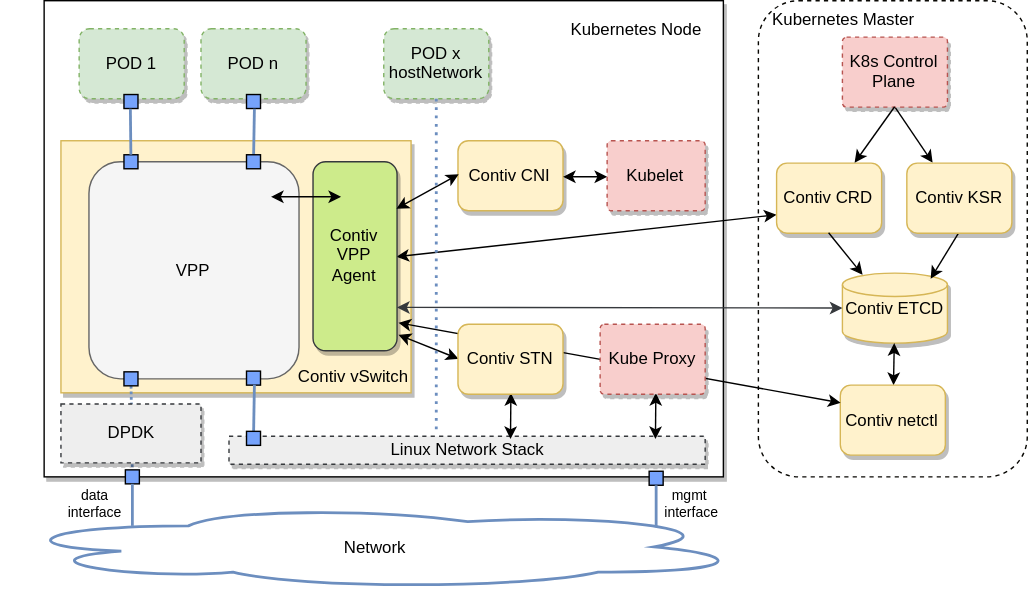
contiv/vpp keeps this draw.io diagram as docs/img/contiv-arch.svg. Above is the earlier version. Source tidied: cells renumbered, new cells last; positions are measured from the earlier drawing's top-left corner, leaving out a move shared by most shapes.
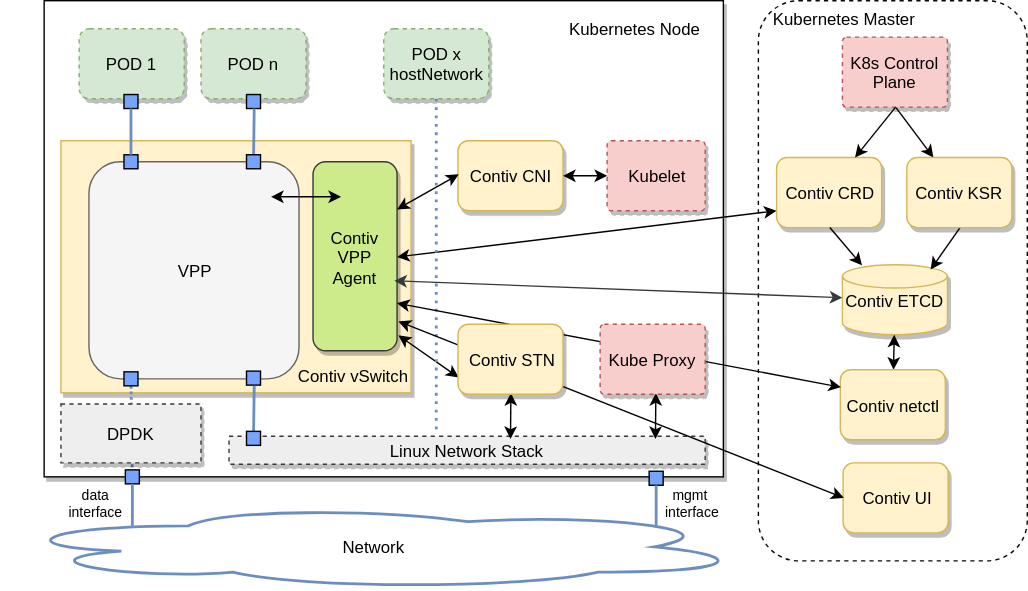
The same diagram one commit later.

Diff of the diagram source:
```diff
@@ -2,15 +2,15 @@
   <root>
     <mxCell id="0" />
     <mxCell id="1" parent="0" />
-    <mxCell id="2" style="rounded=1;whiteSpace=wrap;html=1;shadow=0;glass=0;dashed=1;comic=0;strokeColor=#080703;strokeWidth=1;fillColor=#ffffff;gradientColor=none;align=center;" parent="1" vertex="1">
-      <mxGeometry x="540" width="192" height="340" as="geometry" />
-    </mxCell>
-    <mxCell id="3" style="whiteSpace=wrap;html=1;fillColor=#ffffff;strokeColor=#000000;rounded=0;glass=0;comic=0;shadow=1;" parent="1" vertex="1">
-      <mxGeometry x="30" width="485" height="340" as="geometry" />
-    </mxCell>
-    <mxCell id="4" style="rounded=0;whiteSpace=wrap;html=1;shadow=1;glass=0;comic=0;strokeWidth=1;fillColor=#fff2cc;strokeColor=#d6b656;labelPosition=center;verticalLabelPosition=middle;align=center;verticalAlign=middle;labelBorderColor=#000000;" parent="1" vertex="1">
-      <mxGeometry x="42" y="100" width="250" height="180" as="geometry" />
-    </mxCell>
+    <mxCell id="58" style="rounded=1;whiteSpace=wrap;html=1;shadow=0;glass=0;dashed=1;comic=0;strokeColor=#080703;strokeWidth=1;fillColor=#ffffff;gradientColor=none;align=center;" parent="1" vertex="1">
+      <mxGeometry x="540" width="192" height="400" as="geometry" />
+    </mxCell>
+    <mxCell id="59" style="whiteSpace=wrap;html=1;fillColor=#ffffff;strokeColor=#000000;rounded=0;glass=0;comic=0;shadow=1;" parent="1" vertex="1">
+      <mxGeometry x="30" width="485" height="340" as="geometry" />
+    </mxCell>
+    <mxCell id="60" style="rounded=0;whiteSpace=wrap;html=1;shadow=1;glass=0;comic=0;strokeWidth=1;fillColor=#fff2cc;strokeColor=#d6b656;labelPosition=center;verticalLabelPosition=middle;align=center;verticalAlign=middle;labelBorderColor=#000000;" parent="1" vertex="1">
+      <mxGeometry x="42" y="100" width="250" height="180" as="geometry" />
+    </mxCell>
     <mxCell id="5" value="Contiv CNI" style="rounded=1;whiteSpace=wrap;html=1;shadow=1;glass=0;comic=0;strokeWidth=1;fillColor=#fff2cc;align=center;strokeColor=#d6b656;" parent="1" vertex="1">
       <mxGeometry x="325.5" y="100" width="75" height="50" as="geometry" />
     </mxCell>
@@ -21,10 +21,10 @@
       <mxGeometry relative="1" as="geometry" />
     </mxCell>
     <mxCell id="8" value="Contiv CRD" style="rounded=1;whiteSpace=wrap;html=1;shadow=1;glass=0;comic=0;strokeWidth=1;fillColor=#fff2cc;align=center;strokeColor=#d6b656;" parent="1" vertex="1">
-      <mxGeometry x="553" y="116" width="75" height="50" as="geometry" />
+      <mxGeometry x="553" y="112" width="75" height="50" as="geometry" />
     </mxCell>
     <mxCell id="9" value="Contiv ETCD" style="strokeWidth=1;html=1;shape=mxgraph.flowchart.database;whiteSpace=wrap;rounded=1;shadow=1;glass=0;comic=0;fillColor=#fff2cc;align=center;strokeColor=#d6b656;" parent="1" vertex="1">
-      <mxGeometry x="600" y="194.5" width="75" height="50" as="geometry" />
+      <mxGeometry x="600" y="188.5" width="75" height="50" as="geometry" />
     </mxCell>
     <mxCell id="10" value="Kubelet" style="strokeWidth=1;html=1;shape=mxgraph.flowchart.process;whiteSpace=wrap;rounded=1;shadow=1;glass=0;comic=0;fillColor=#f8cecc;align=center;strokeColor=#b85450;gradientColor=none;dashed=1;" parent="1" vertex="1">
       <mxGeometry x="432" y="100" width="70" height="50" as="geometry" />
@@ -50,40 +50,38 @@
     <mxCell id="17" value="K8s Control Plane" style="strokeWidth=1;html=1;shape=mxgraph.flowchart.process;whiteSpace=wrap;rounded=1;shadow=1;glass=0;comic=0;fillColor=#f8cecc;align=center;strokeColor=#b85450;gradientColor=none;dashed=1;" parent="1" vertex="1">
       <mxGeometry x="600" y="26" width="75" height="50" as="geometry" />
     </mxCell>
-    <mxCell id="18" style="rounded=0;html=1;jettySize=auto;startArrow=classic;startFill=1;fillColor=#cdeb8b;strokeColor=#36393d;" parent="1" edge="1" source="9">
-      <mxGeometry relative="1" as="geometry">
-        <mxPoint x="282" y="219" as="targetPoint" />
-      </mxGeometry>
-    </mxCell>
+    <mxCell id="61" style="rounded=0;html=1;jettySize=auto;startArrow=classic;startFill=1;fillColor=#cdeb8b;strokeColor=#36393d;entryX=0.967;entryY=0.63;entryDx=0;entryDy=0;entryPerimeter=0;" parent="1" edge="1" source="9" target="14">
+      <mxGeometry relative="1" as="geometry" />
+    </mxCell>
     <mxCell id="19" value="Contiv vSwitch" style="text;html=1;strokeColor=none;fillColor=none;align=center;verticalAlign=middle;whiteSpace=wrap;rounded=0;shadow=0;glass=0;comic=0;" parent="1" vertex="1">
       <mxGeometry x="200" y="258" width="100" height="20" as="geometry" />
     </mxCell>
     <mxCell id="20" value="Network" style="ellipse;shape=cloud;whiteSpace=wrap;html=1;rounded=1;shadow=0;glass=0;comic=0;strokeWidth=2;fillColor=none;align=center;strokeColor=#6c8ebf;" parent="1" vertex="1">
       <mxGeometry y="360" width="532" height="60" as="geometry" />
     </mxCell>
-    <mxCell id="21" style="rounded=0;html=1;exitX=0;exitY=0.5;entryX=1;entryY=0.25;startArrow=classic;startFill=1;jettySize=auto;" parent="1" edge="1" target="14">
-      <mxGeometry relative="1" as="geometry">
-        <mxPoint x="326" y="124" as="sourcePoint" />
-      </mxGeometry>
-    </mxCell>
-    <mxCell id="22" style="rounded=0;whiteSpace=wrap;html=1;shadow=0;glass=0;comic=0;strokeWidth=1;fillColor=#76A3FC;align=center;strokeColor=#000000;gradientColor=none;" parent="1" vertex="1">
-      <mxGeometry x="87" y="67" width="10" height="10" as="geometry" />
-    </mxCell>
+    <mxCell id="62" style="rounded=0;html=1;exitX=0;exitY=0.5;entryX=1;entryY=0.25;startArrow=classic;startFill=1;jettySize=auto;" parent="1" edge="1" target="14">
+      <mxGeometry relative="1" as="geometry">
+        <mxPoint x="326" y="124" as="sourcePoint" />
+      </mxGeometry>
+    </mxCell>
+    <mxCell id="63" style="rounded=0;whiteSpace=wrap;html=1;shadow=0;glass=0;comic=0;strokeWidth=1;fillColor=#76A3FC;align=center;strokeColor=#000000;gradientColor=none;" parent="1" vertex="1">
+      <mxGeometry x="87" y="67" width="10" height="10" as="geometry" />
+    </mxCell>
-    <mxCell id="23" style="edgeStyle=none;rounded=0;html=1;entryX=1.013;entryY=0.92;entryPerimeter=0;startArrow=classic;startFill=1;jettySize=auto;exitX=0;exitY=0.5;" parent="1" edge="1" source="57" target="14">
+    <mxCell id="23" style="edgeStyle=none;rounded=0;html=1;entryX=1.013;entryY=0.92;entryPerimeter=0;startArrow=classic;startFill=1;jettySize=auto;exitX=0;exitY=0.75;exitDx=0;exitDy=0;" parent="1" edge="1" source="57" target="14">
       <mxGeometry relative="1" as="geometry" />
     </mxCell>
-    <mxCell id="24" style="endArrow=classic;startArrow=classic;html=1;entryX=0.5;entryY=1;" parent="1" edge="1">
-      <mxGeometry relative="1" as="geometry">
-        <mxPoint x="363" y="313" as="sourcePoint" />
-        <mxPoint x="363.3" y="280.1" as="targetPoint" />
-      </mxGeometry>
-    </mxCell>
-    <mxCell id="25" style="endArrow=classic;startArrow=classic;html=1;entryX=0.5;entryY=1;" parent="1" edge="1">
-      <mxGeometry relative="1" as="geometry">
-        <mxPoint x="466.5" y="313" as="sourcePoint" />
-        <mxPoint x="466.8" y="280.1" as="targetPoint" />
-      </mxGeometry>
-    </mxCell>
+    <mxCell id="64" style="endArrow=classic;startArrow=classic;html=1;entryX=0.5;entryY=1;" parent="1" edge="1">
+      <mxGeometry relative="1" as="geometry">
+        <mxPoint x="363" y="313" as="sourcePoint" />
+        <mxPoint x="363.3" y="280.1" as="targetPoint" />
+      </mxGeometry>
+    </mxCell>
+    <mxCell id="65" style="endArrow=classic;startArrow=classic;html=1;entryX=0.5;entryY=1;" parent="1" edge="1">
+      <mxGeometry relative="1" as="geometry">
+        <mxPoint x="466.5" y="313" as="sourcePoint" />
+        <mxPoint x="466.8" y="280.1" as="targetPoint" />
+      </mxGeometry>
+    </mxCell>
     <mxCell id="26" value="Kubernetes Node" style="text;html=1;strokeColor=none;fillColor=none;align=center;verticalAlign=middle;whiteSpace=wrap;rounded=0;shadow=0;glass=0;comic=0;" parent="1" vertex="1">
       <mxGeometry x="402" y="10" width="100" height="20" as="geometry" />
     </mxCell>
@@ -96,75 +94,75 @@
     <mxCell id="29" style="edgeStyle=none;rounded=0;html=1;startArrow=classic;startFill=1;jettySize=auto;endArrow=none;endFill=0;entryX=0.5;entryY=1;entryPerimeter=0;exitX=0.75;exitY=0;" parent="1" edge="1" source="8" target="17">
       <mxGeometry relative="1" as="geometry" />
     </mxCell>
-    <mxCell id="30" style="rounded=0;whiteSpace=wrap;html=1;shadow=0;glass=0;comic=0;strokeWidth=1;fillColor=#76A3FC;align=center;strokeColor=#000000;gradientColor=none;" parent="1" vertex="1">
-      <mxGeometry x="87" y="110" width="10" height="10" as="geometry" />
-    </mxCell>
-    <mxCell id="31" style="edgeStyle=none;rounded=0;html=1;entryX=0.5;entryY=1;startArrow=none;startFill=0;endArrow=none;endFill=0;jettySize=auto;strokeWidth=2;fillColor=#dae8fc;strokeColor=#6c8ebf;" parent="1" edge="1" source="30" target="22">
-      <mxGeometry relative="1" as="geometry" />
-    </mxCell>
-    <mxCell id="32" style="rounded=0;whiteSpace=wrap;html=1;shadow=0;glass=0;comic=0;strokeWidth=1;fillColor=#76A3FC;align=center;strokeColor=#000000;gradientColor=none;" parent="1" vertex="1">
-      <mxGeometry x="174.5" y="67" width="10" height="10" as="geometry" />
-    </mxCell>
-    <mxCell id="33" style="edgeStyle=none;rounded=0;html=1;entryX=0.5;entryY=1;startArrow=none;startFill=0;endArrow=none;endFill=0;jettySize=auto;strokeWidth=2;fillColor=#dae8fc;strokeColor=#6c8ebf;" parent="1" edge="1" source="34" target="32">
-      <mxGeometry relative="1" as="geometry" />
-    </mxCell>
-    <mxCell id="34" style="rounded=0;whiteSpace=wrap;html=1;shadow=0;glass=0;comic=0;strokeWidth=1;fillColor=#76A3FC;align=center;strokeColor=#000000;gradientColor=none;" parent="1" vertex="1">
-      <mxGeometry x="174.5" y="110" width="10" height="10" as="geometry" />
-    </mxCell>
-    <mxCell id="35" style="rounded=0;whiteSpace=wrap;html=1;shadow=0;glass=0;comic=0;strokeWidth=1;fillColor=#76A3FC;align=center;strokeColor=#000000;gradientColor=none;" parent="1" vertex="1">
-      <mxGeometry x="174.5" y="264.5" width="10" height="10" as="geometry" />
-    </mxCell>
-    <mxCell id="36" style="edgeStyle=none;rounded=0;html=1;entryX=0.5;entryY=1;startArrow=none;startFill=0;endArrow=none;endFill=0;jettySize=auto;strokeWidth=2;fillColor=#dae8fc;strokeColor=#6c8ebf;" parent="1" edge="1" source="37" target="35">
-      <mxGeometry relative="1" as="geometry" />
-    </mxCell>
-    <mxCell id="37" style="rounded=0;whiteSpace=wrap;html=1;shadow=0;glass=0;comic=0;strokeWidth=1;fillColor=#76A3FC;align=center;strokeColor=#000000;gradientColor=none;" parent="1" vertex="1">
-      <mxGeometry x="174.5" y="307.5" width="10" height="10" as="geometry" />
-    </mxCell>
-    <mxCell id="38" style="rounded=0;whiteSpace=wrap;html=1;shadow=0;glass=0;comic=0;strokeWidth=1;fillColor=#76A3FC;align=center;strokeColor=#000000;gradientColor=none;" parent="1" vertex="1">
-      <mxGeometry x="462" y="336" width="10" height="10" as="geometry" />
-    </mxCell>
-    <mxCell id="39" style="edgeStyle=none;rounded=0;html=1;startArrow=none;startFill=0;endArrow=none;endFill=0;jettySize=auto;strokeWidth=2;dashed=1;dashPattern=1 1;fillColor=#dae8fc;strokeColor=#6c8ebf;" parent="1" edge="1" source="40" target="41">
-      <mxGeometry relative="1" as="geometry" />
-    </mxCell>
-    <mxCell id="40" style="rounded=0;whiteSpace=wrap;html=1;shadow=0;glass=0;comic=0;strokeWidth=1;fillColor=#76A3FC;align=center;strokeColor=#000000;gradientColor=none;" parent="1" vertex="1">
-      <mxGeometry x="87" y="265" width="10" height="10" as="geometry" />
-    </mxCell>
-    <mxCell id="41" style="rounded=0;whiteSpace=wrap;html=1;shadow=0;glass=0;comic=0;strokeWidth=1;fillColor=#76A3FC;align=center;strokeColor=#000000;gradientColor=none;" parent="1" vertex="1">
-      <mxGeometry x="88" y="335" width="10" height="10" as="geometry" />
-    </mxCell>
+    <mxCell id="66" style="rounded=0;whiteSpace=wrap;html=1;shadow=0;glass=0;comic=0;strokeWidth=1;fillColor=#76A3FC;align=center;strokeColor=#000000;gradientColor=none;" parent="1" vertex="1">
+      <mxGeometry x="87" y="110" width="10" height="10" as="geometry" />
+    </mxCell>
+    <mxCell id="67" style="edgeStyle=none;rounded=0;html=1;entryX=0.5;entryY=1;startArrow=none;startFill=0;endArrow=none;endFill=0;jettySize=auto;strokeWidth=2;fillColor=#dae8fc;strokeColor=#6c8ebf;" parent="1" edge="1" source="66" target="63">
+      <mxGeometry relative="1" as="geometry" />
+    </mxCell>
+    <mxCell id="68" style="rounded=0;whiteSpace=wrap;html=1;shadow=0;glass=0;comic=0;strokeWidth=1;fillColor=#76A3FC;align=center;strokeColor=#000000;gradientColor=none;" parent="1" vertex="1">
+      <mxGeometry x="174.5" y="67" width="10" height="10" as="geometry" />
+    </mxCell>
+    <mxCell id="69" style="edgeStyle=none;rounded=0;html=1;entryX=0.5;entryY=1;startArrow=none;startFill=0;endArrow=none;endFill=0;jettySize=auto;strokeWidth=2;fillColor=#dae8fc;strokeColor=#6c8ebf;" parent="1" edge="1" source="70" target="68">
+      <mxGeometry relative="1" as="geometry" />
+    </mxCell>
+    <mxCell id="70" style="rounded=0;whiteSpace=wrap;html=1;shadow=0;glass=0;comic=0;strokeWidth=1;fillColor=#76A3FC;align=center;strokeColor=#000000;gradientColor=none;" parent="1" vertex="1">
+      <mxGeometry x="174.5" y="110" width="10" height="10" as="geometry" />
+    </mxCell>
+    <mxCell id="71" style="rounded=0;whiteSpace=wrap;html=1;shadow=0;glass=0;comic=0;strokeWidth=1;fillColor=#76A3FC;align=center;strokeColor=#000000;gradientColor=none;" parent="1" vertex="1">
+      <mxGeometry x="174.5" y="264.5" width="10" height="10" as="geometry" />
+    </mxCell>
+    <mxCell id="72" style="edgeStyle=none;rounded=0;html=1;entryX=0.5;entryY=1;startArrow=none;startFill=0;endArrow=none;endFill=0;jettySize=auto;strokeWidth=2;fillColor=#dae8fc;strokeColor=#6c8ebf;" parent="1" edge="1" source="73" target="71">
+      <mxGeometry relative="1" as="geometry" />
+    </mxCell>
+    <mxCell id="73" style="rounded=0;whiteSpace=wrap;html=1;shadow=0;glass=0;comic=0;strokeWidth=1;fillColor=#76A3FC;align=center;strokeColor=#000000;gradientColor=none;" parent="1" vertex="1">
+      <mxGeometry x="174.5" y="307.5" width="10" height="10" as="geometry" />
+    </mxCell>
+    <mxCell id="74" style="rounded=0;whiteSpace=wrap;html=1;shadow=0;glass=0;comic=0;strokeWidth=1;fillColor=#76A3FC;align=center;strokeColor=#000000;gradientColor=none;" parent="1" vertex="1">
+      <mxGeometry x="462" y="336" width="10" height="10" as="geometry" />
+    </mxCell>
+    <mxCell id="75" style="edgeStyle=none;rounded=0;html=1;startArrow=none;startFill=0;endArrow=none;endFill=0;jettySize=auto;strokeWidth=2;dashed=1;dashPattern=1 1;fillColor=#dae8fc;strokeColor=#6c8ebf;" parent="1" edge="1" source="76" target="77">
+      <mxGeometry relative="1" as="geometry" />
+    </mxCell>
+    <mxCell id="76" style="rounded=0;whiteSpace=wrap;html=1;shadow=0;glass=0;comic=0;strokeWidth=1;fillColor=#76A3FC;align=center;strokeColor=#000000;gradientColor=none;" parent="1" vertex="1">
+      <mxGeometry x="87" y="265" width="10" height="10" as="geometry" />
+    </mxCell>
+    <mxCell id="77" style="rounded=0;whiteSpace=wrap;html=1;shadow=0;glass=0;comic=0;strokeWidth=1;fillColor=#76A3FC;align=center;strokeColor=#000000;gradientColor=none;" parent="1" vertex="1">
+      <mxGeometry x="88" y="335" width="10" height="10" as="geometry" />
+    </mxCell>
     <mxCell id="42" value="DPDK" style="rounded=0;whiteSpace=wrap;html=1;shadow=1;glass=0;comic=0;strokeWidth=1;fillColor=#eeeeee;align=center;strokeColor=#36393d;dashed=1;" parent="1" vertex="1">
       <mxGeometry x="42" y="288" width="100" height="42" as="geometry" />
     </mxCell>
-    <mxCell id="43" style="edgeStyle=none;rounded=0;html=1;startArrow=none;startFill=0;endArrow=none;endFill=0;jettySize=auto;strokeWidth=2;fillColor=#dae8fc;strokeColor=#6c8ebf;" parent="1" edge="1" source="41">
-      <mxGeometry relative="1" as="geometry">
-        <mxPoint x="93" y="375" as="targetPoint" />
-      </mxGeometry>
-    </mxCell>
-    <mxCell id="44" style="edgeStyle=none;rounded=0;html=1;startArrow=none;startFill=0;endArrow=none;endFill=0;jettySize=auto;strokeWidth=2;fillColor=#dae8fc;strokeColor=#6c8ebf;" parent="1" edge="1" source="38">
-      <mxGeometry relative="1" as="geometry">
-        <mxPoint x="467" y="376" as="targetPoint" />
-      </mxGeometry>
-    </mxCell>
+    <mxCell id="78" style="edgeStyle=none;rounded=0;html=1;startArrow=none;startFill=0;endArrow=none;endFill=0;jettySize=auto;strokeWidth=2;fillColor=#dae8fc;strokeColor=#6c8ebf;" parent="1" edge="1" source="77">
+      <mxGeometry relative="1" as="geometry">
+        <mxPoint x="93" y="375" as="targetPoint" />
+      </mxGeometry>
+    </mxCell>
+    <mxCell id="79" style="edgeStyle=none;rounded=0;html=1;startArrow=none;startFill=0;endArrow=none;endFill=0;jettySize=auto;strokeWidth=2;fillColor=#dae8fc;strokeColor=#6c8ebf;" parent="1" edge="1" source="74">
+      <mxGeometry relative="1" as="geometry">
+        <mxPoint x="467" y="376" as="targetPoint" />
+      </mxGeometry>
+    </mxCell>
     <mxCell id="45" value="&lt;div style=&quot;text-align: center&quot;&gt;&lt;span style=&quot;font-size: 10px&quot;&gt;mgmt&amp;nbsp;&lt;/span&gt;&lt;/div&gt;&lt;font style=&quot;font-size: 10px&quot;&gt;&lt;div style=&quot;text-align: center&quot;&gt;&lt;span&gt;interface&lt;/span&gt;&lt;/div&gt;&lt;/font&gt;" style="text;html=1;strokeColor=none;fillColor=none;align=center;verticalAlign=middle;whiteSpace=wrap;rounded=0;shadow=0;glass=0;dashed=1;comic=0;" parent="1" vertex="1">
       <mxGeometry x="462" y="348" width="60" height="20" as="geometry" />
     </mxCell>
     <mxCell id="46" value="&lt;div style=&quot;text-align: center&quot;&gt;&lt;span style=&quot;font-size: 10px&quot;&gt;data&lt;/span&gt;&lt;/div&gt;&lt;font style=&quot;font-size: 10px&quot;&gt;&lt;div style=&quot;text-align: center&quot;&gt;&lt;span&gt;interface&lt;/span&gt;&lt;/div&gt;&lt;/font&gt;" style="text;html=1;strokeColor=none;fillColor=none;align=center;verticalAlign=middle;whiteSpace=wrap;rounded=0;shadow=0;glass=0;dashed=1;comic=0;" parent="1" vertex="1">
       <mxGeometry x="42" y="348" width="48" height="20" as="geometry" />
     </mxCell>
-    <mxCell id="47" style="endArrow=classic;startArrow=classic;html=1;strokeWidth=1;" parent="1" edge="1">
-      <mxGeometry relative="1" as="geometry">
-        <mxPoint x="192" y="140" as="sourcePoint" />
-        <mxPoint x="242" y="140" as="targetPoint" />
-      </mxGeometry>
-    </mxCell>
+    <mxCell id="80" style="endArrow=classic;startArrow=classic;html=1;strokeWidth=1;" parent="1" edge="1">
+      <mxGeometry relative="1" as="geometry">
+        <mxPoint x="192" y="140" as="sourcePoint" />
+        <mxPoint x="242" y="140" as="targetPoint" />
+      </mxGeometry>
+    </mxCell>
     <mxCell id="48" value="POD x&lt;br&gt;hostNetwork&lt;br&gt;" style="rounded=1;whiteSpace=wrap;html=1;shadow=1;glass=0;comic=0;strokeWidth=1;fillColor=#d5e8d4;align=center;strokeColor=#82b366;dashed=1;" parent="1" vertex="1">
       <mxGeometry x="272.5" y="20" width="75" height="50" as="geometry" />
     </mxCell>
-    <mxCell id="49" style="edgeStyle=none;rounded=1;html=1;startArrow=none;startFill=0;endArrow=none;endFill=0;jettySize=auto;strokeWidth=2;fontSize=9;fontColor=#000000;fillColor=#dae8fc;strokeColor=#6c8ebf;dashed=1;dashPattern=1 2;" parent="1" edge="1" source="48">
-      <mxGeometry relative="1" as="geometry">
-        <mxPoint x="310" y="310" as="targetPoint" />
-      </mxGeometry>
-    </mxCell>
+    <mxCell id="81" style="edgeStyle=none;rounded=1;html=1;startArrow=none;startFill=0;endArrow=none;endFill=0;jettySize=auto;strokeWidth=2;fontSize=9;fontColor=#000000;fillColor=#dae8fc;strokeColor=#6c8ebf;dashed=1;dashPattern=1 2;" parent="1" edge="1" source="48">
+      <mxGeometry relative="1" as="geometry">
+        <mxPoint x="310" y="310" as="targetPoint" />
+      </mxGeometry>
+    </mxCell>
     <mxCell id="50" style="edgeStyle=none;rounded=1;html=1;exitX=0.5;exitY=1;dashed=1;dashPattern=1 1;startArrow=none;startFill=0;endArrow=none;endFill=0;jettySize=auto;orthogonalLoop=1;strokeWidth=2;fontSize=9;fontColor=#000000;strokeColor=none;" parent="1" edge="1" source="45" target="45">
       <mxGeometry relative="1" as="geometry" />
     </mxCell>
@@ -172,20 +170,26 @@
       <mxGeometry relative="1" as="geometry" />
     </mxCell>
     <mxCell id="52" value="Contiv KSR" style="rounded=1;whiteSpace=wrap;html=1;shadow=1;glass=0;comic=0;strokeWidth=1;fillColor=#fff2cc;align=center;strokeColor=#d6b656;" parent="1" vertex="1">
-      <mxGeometry x="646" y="116" width="75" height="50" as="geometry" />
+      <mxGeometry x="646" y="112" width="75" height="50" as="geometry" />
     </mxCell>
     <mxCell id="53" style="edgeStyle=none;rounded=0;html=1;startArrow=classic;startFill=1;jettySize=auto;strokeColor=#000000;" parent="1" edge="1" source="54" target="9">
       <mxGeometry relative="1" as="geometry" />
     </mxCell>
     <mxCell id="54" value="Contiv netctl" style="rounded=1;whiteSpace=wrap;html=1;shadow=1;glass=0;comic=0;strokeWidth=1;fillColor=#fff2cc;align=center;strokeColor=#d6b656;" parent="1" vertex="1">
-      <mxGeometry x="598.5" y="274.5" width="75" height="50" as="geometry" />
+      <mxGeometry x="598.5" y="263.5" width="75" height="50" as="geometry" />
     </mxCell>
-    <mxCell id="55" style="endArrow=classic;startArrow=classic;html=1;strokeColor=#000000;entryX=0;entryY=0.25;exitX=1.006;exitY=0.851;exitPerimeter=0;" parent="1" edge="1" source="14" target="54">
+    <mxCell id="55" style="endArrow=classic;startArrow=classic;html=1;strokeColor=#000000;entryX=0;entryY=0.25;exitX=1;exitY=0.75;exitDx=0;exitDy=0;" parent="1" edge="1" source="14" target="54">
       <mxGeometry relative="1" as="geometry" />
     </mxCell>
     <mxCell id="56" value="Kube Proxy" style="strokeWidth=1;html=1;shape=mxgraph.flowchart.process;whiteSpace=wrap;rounded=1;shadow=1;glass=0;comic=0;fillColor=#f8cecc;align=center;strokeColor=#b85450;gradientColor=none;dashed=1;" parent="1" vertex="1">
       <mxGeometry x="427" y="231" width="75" height="50" as="geometry" />
     </mxCell>
+    <mxCell id="82" value="Contiv UI" style="rounded=1;whiteSpace=wrap;html=1;shadow=1;glass=0;comic=0;strokeWidth=1;fillColor=#fff2cc;align=center;strokeColor=#d6b656;" parent="1" vertex="1">
+      <mxGeometry x="600.5" y="330" width="75" height="50" as="geometry" />
+    </mxCell>
+    <mxCell id="83" style="endArrow=classic;startArrow=classic;html=1;strokeColor=#000000;entryX=0;entryY=0.5;exitX=1.017;exitY=0.844;exitDx=0;exitDy=0;entryDx=0;entryDy=0;exitPerimeter=0;" parent="1" edge="1" source="14" target="82">
+      <mxGeometry relative="1" as="geometry" />
+    </mxCell>
     <mxCell id="57" value="Contiv STN" style="rounded=1;whiteSpace=wrap;html=1;shadow=1;glass=0;comic=0;strokeWidth=1;fillColor=#fff2cc;align=center;strokeColor=#d6b656;" parent="1" vertex="1">
       <mxGeometry x="325.5" y="231" width="75" height="50" as="geometry" />
     </mxCell>
```
